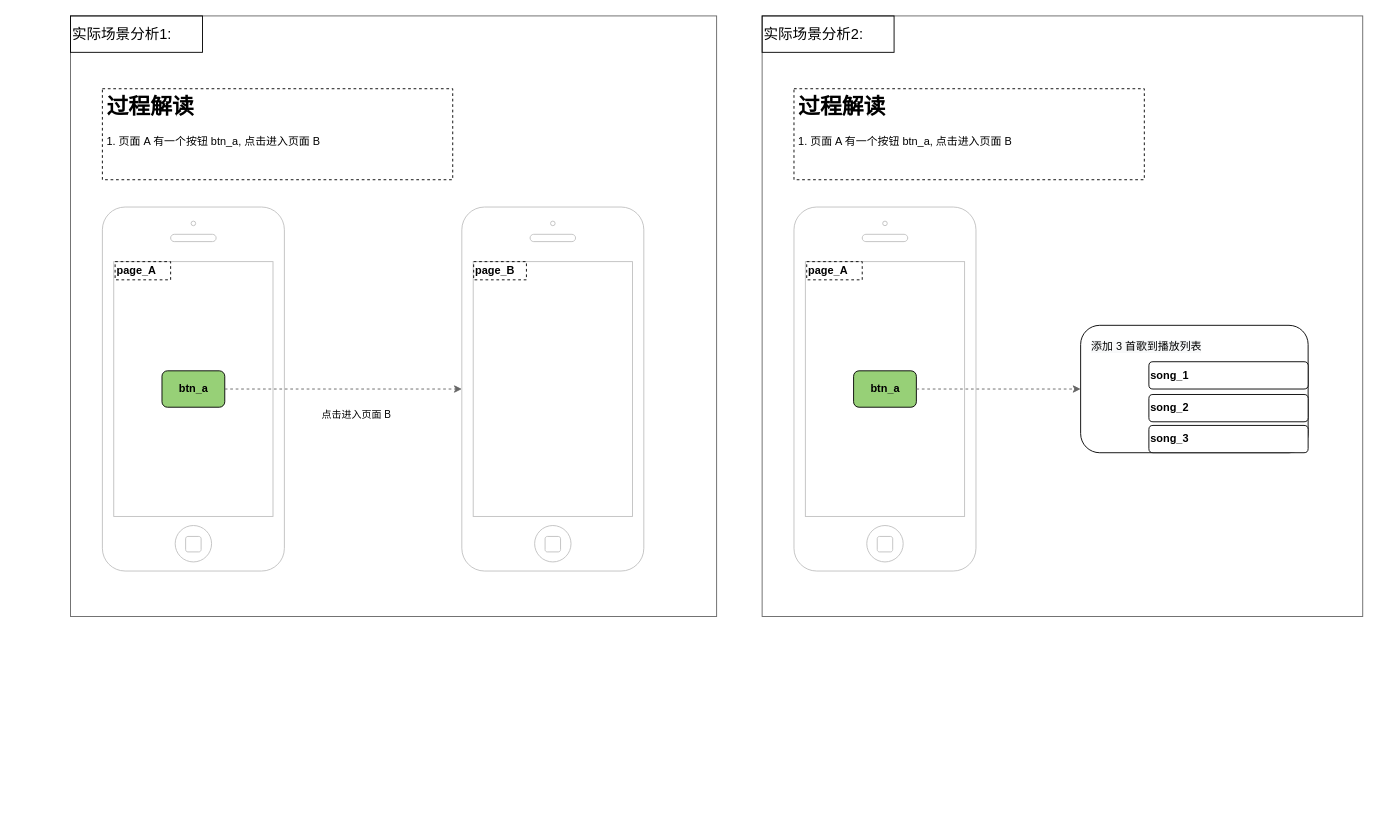
The draw.io diagram netease/EventTracing/曙光计划-refer的生成和消费.drawio in ShakeShakeMe/diagrams, before the edit. Source tidied: cells renumbered, new cells numbered last; positions are measured from the earlier drawing's top-left corner, leaving out a move shared by most shapes. Both pictures are drawn from the tidied source at 91%, with x=0, y=0 at pixel (15, 15).
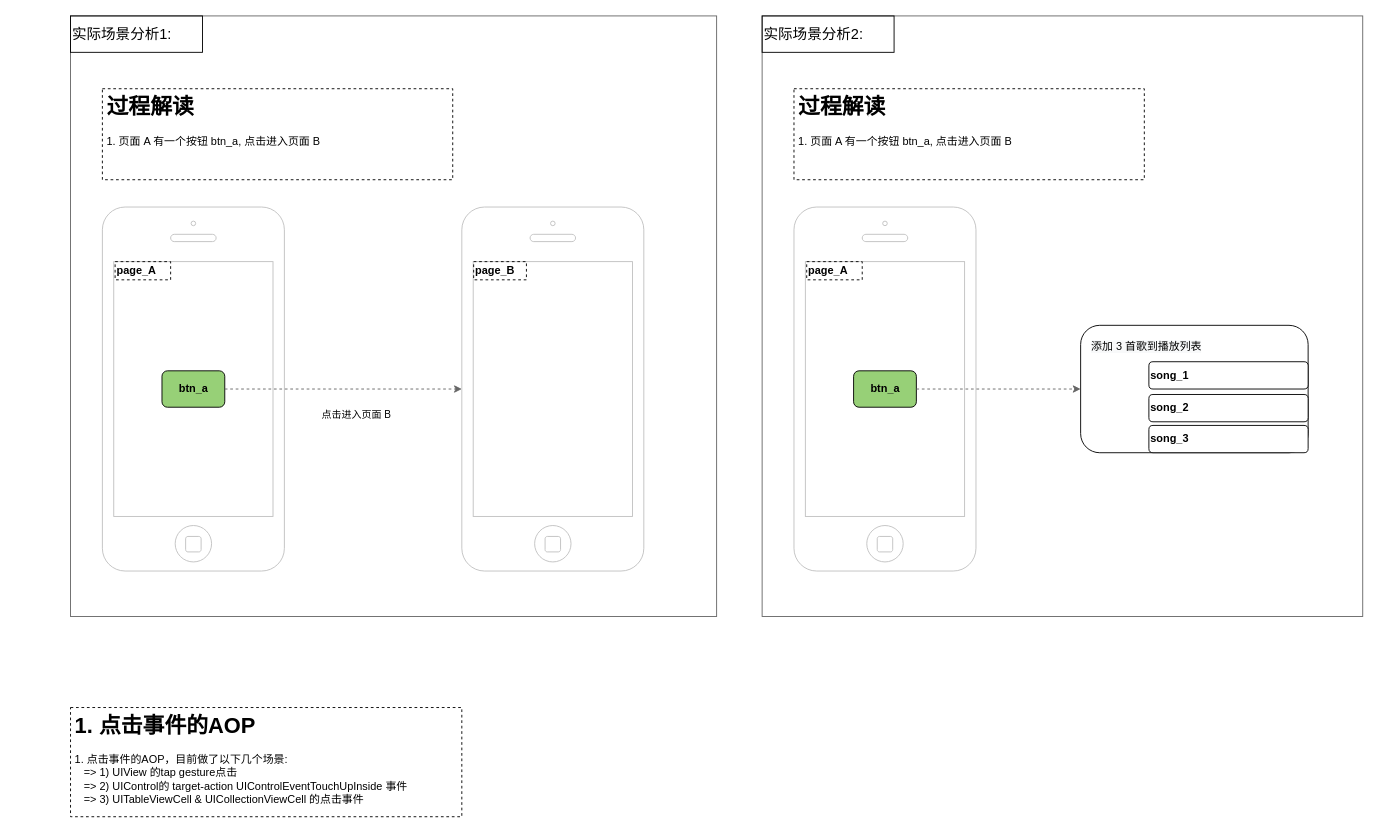
The same diagram, later.

Commit message:
Update 曙光计划-refer的生成和消费.drawio

Diff of the diagram source:
```diff
@@
+    <mxCell id="24" value="&lt;h1&gt;1. 点击事件的AOP&lt;/h1&gt;&lt;p&gt;1. 点击事件的AOP，目前做了以下几个场景:&lt;br&gt;&lt;span&gt;&amp;nbsp; &amp;nbsp;=&amp;gt; 1) UIView 的tap gesture点击&lt;br&gt;&amp;nbsp; &amp;nbsp;=&amp;gt; 2) UIControl的 target-action UIControlEventTouchUpInside 事件&lt;br&gt;&amp;nbsp; &amp;nbsp;=&amp;gt; 3) UITableViewCell &amp;amp; UICollectionViewCell 的点击事件&lt;br&gt;&lt;/span&gt;&lt;/p&gt;" style="text;html=1;fillColor=none;spacing=5;spacingTop=-20;whiteSpace=wrap;overflow=hidden;rounded=0;strokeColor=#000000;dashed=1;" parent="1" vertex="1">
+      <mxGeometry x="60" y="760" width="430" height="120" as="geometry" />
+    </mxCell>
```
